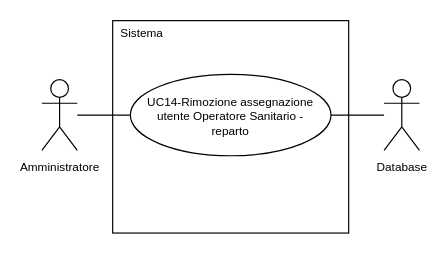
The draw.io diagram 2-RTB/Documenti_esterni/Analisi_dei_requisiti/draw.io/UC14.drawio in SnakeByteTeam/snakebyteteam.github.io, before the edit. Source tidied: cells renumbered, new cells numbered last; positions are measured from the earlier drawing's top-left corner, leaving out a move shared by most shapes. Both pictures are drawn from the tidied source at 118%, with x=0, y=0 at pixel (41, 20).
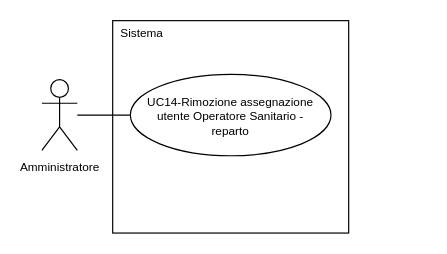
Above is the later version.

What changed in the source:
```diff
@@
 <mxGraphModel>
   <root>
     <mxCell id="0" />
     <mxCell id="1" parent="0" />
     <mxCell id="2" value="&lt;font style=&quot;font-size: 10px; line-height: 100%;&quot;&gt;Amministratore&lt;/font&gt;" style="shape=umlActor;verticalLabelPosition=bottom;verticalAlign=top;html=1;outlineConnect=0;" parent="1" vertex="1">
       <mxGeometry y="50" width="30" height="60" as="geometry" />
     </mxCell>
     <mxCell id="3" style="rounded=0;whiteSpace=wrap;html=1;" parent="1" vertex="1">
       <mxGeometry x="60" width="200" height="180" as="geometry" />
     </mxCell>
     <mxCell id="4" style="edgeStyle=orthogonalEdgeStyle;rounded=0;jettySize=auto;html=1;exitX=0;exitY=0.5;exitDx=0;exitDy=0;endArrow=none;endFill=0;" parent="1" edge="1" source="5" target="2">
       <mxGeometry relative="1" as="geometry" />
     </mxCell>
     <mxCell id="5" value="&lt;div style=&quot;line-height: 100%;&quot;&gt;&lt;font style=&quot;line-height: 100%; font-size: 10px;&quot;&gt;UC14-Rimozione assegnazione&lt;/font&gt;&lt;/div&gt;&lt;div style=&quot;line-height: 100%;&quot;&gt;&lt;font style=&quot;line-height: 100%; font-size: 10px;&quot;&gt;utente Operatore Sanitario -&lt;/font&gt;&lt;/div&gt;&lt;div style=&quot;line-height: 100%;&quot;&gt;&lt;font style=&quot;line-height: 100%; font-size: 10px;&quot;&gt;reparto&lt;/font&gt;&lt;/div&gt;" style="ellipse;whiteSpace=wrap;html=1;" parent="1" vertex="1">
       <mxGeometry x="75" y="45.5" width="170" height="69" as="geometry" />
     </mxCell>
     <mxCell id="6" value="&lt;font style=&quot;font-size: 10px;&quot;&gt;Sistema&lt;/font&gt;" style="text;html=1;whiteSpace=wrap;strokeColor=none;fillColor=none;align=center;verticalAlign=middle;rounded=0;" parent="1" vertex="1">
       <mxGeometry x="60" width="50" height="20" as="geometry" />
     </mxCell>
-    <mxCell id="7" style="edgeStyle=orthogonalEdgeStyle;rounded=0;jettySize=auto;html=1;endArrow=none;endFill=0;" parent="1" edge="1" source="8" target="5">
-      <mxGeometry relative="1" as="geometry" />
-    </mxCell>
-    <mxCell id="8" value="&lt;span style=&quot;font-size: 10px;&quot;&gt;Database&lt;/span&gt;" style="shape=umlActor;verticalLabelPosition=bottom;verticalAlign=top;html=1;outlineConnect=0;" parent="1" vertex="1">
-      <mxGeometry x="290" y="50" width="30" height="60" as="geometry" />
-    </mxCell>
   </root>
 </mxGraphModel>
```
